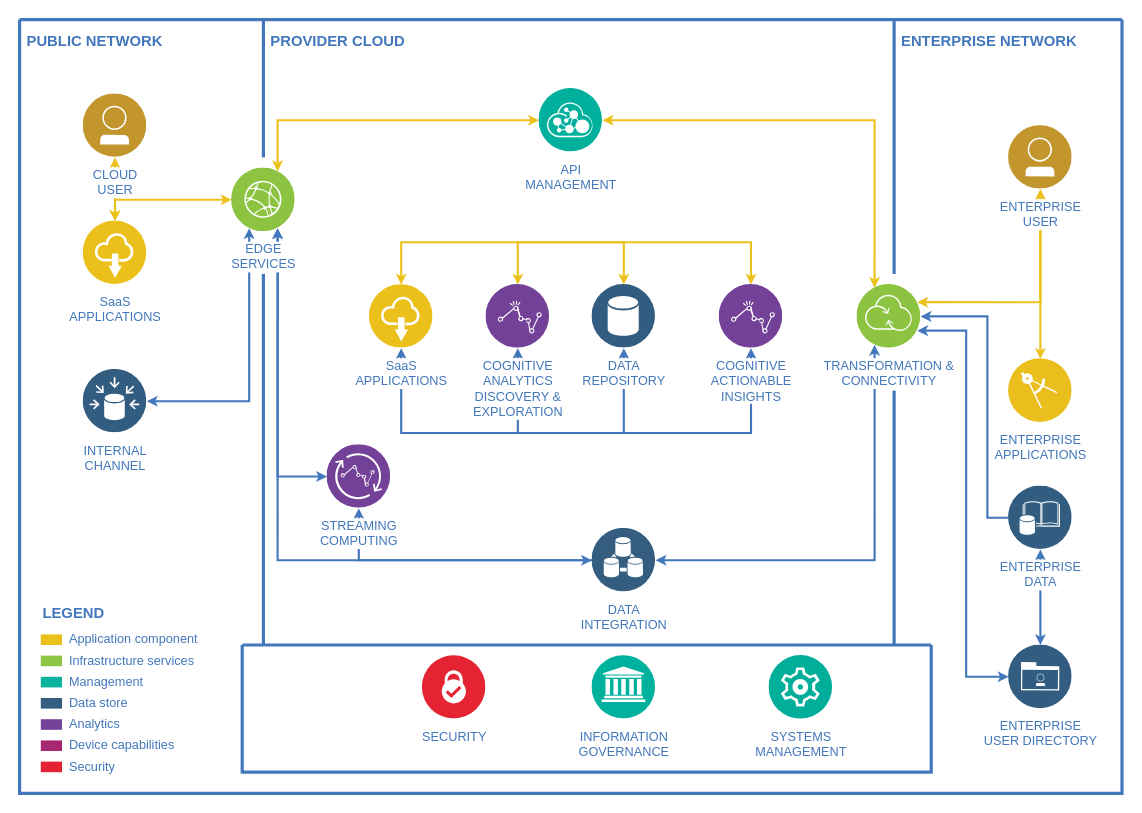
daseretto/datasciencecoursera keeps this draw.io diagram as page "Page-1" (1 of 2) of Diagramma senza titolo.drawio. Above is the earlier version. Source tidied: cells renumbered, new cells numbered last; positions are measured from the earlier drawing's top-left corner, leaving out a move shared by most shapes. Both pictures are drawn from the tidied source at 106%, with x=0, y=0 at pixel (19, 19).
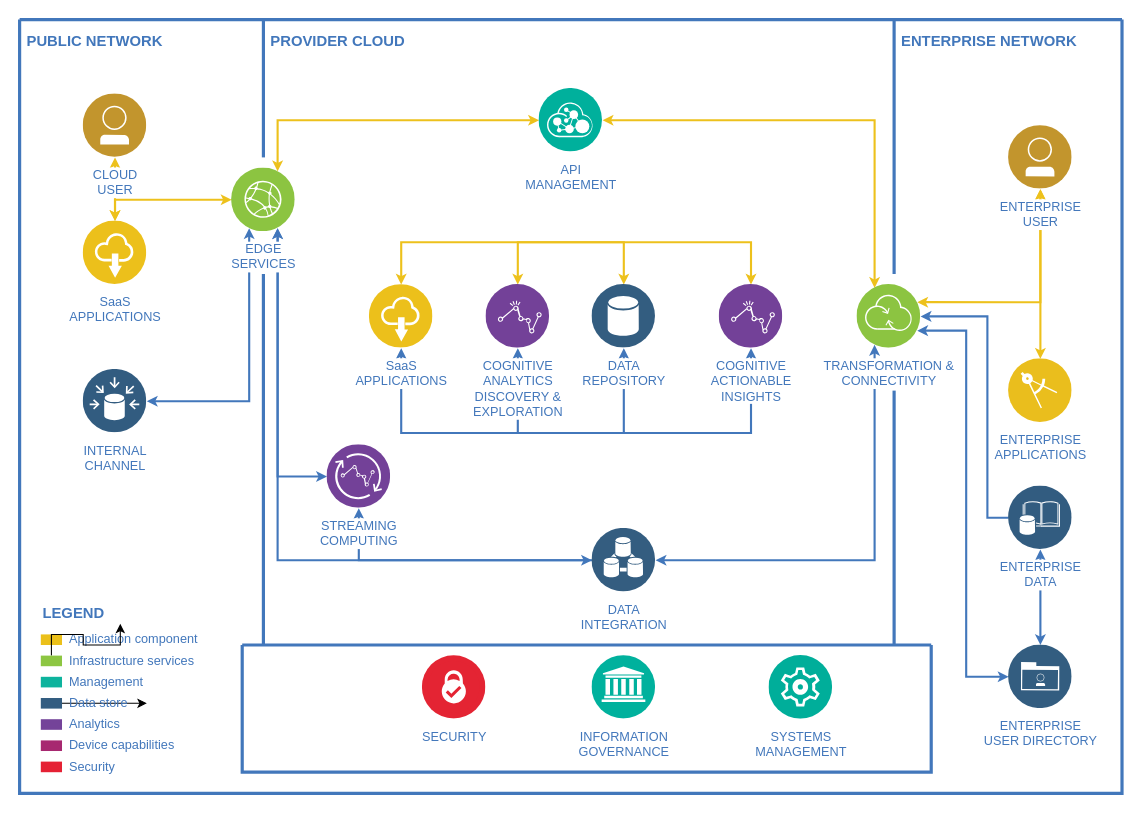
Above is the later version.

Unchanged cells that the change refers to:
```xml
<mxCell id="2" style="swimlane;shadow=0;strokeColor=#4277BB;fillColor=#ffffff;fontColor=none;align=right;startSize=0;noLabel=1;strokeWidth=3;" parent="1" vertex="1">
  <mxGeometry width="1040" height="730" as="geometry" />
</mxCell>
<mxCell id="49" value="Infrastructure services" style="rounded=0;html=1;shadow=0;labelBackgroundColor=none;strokeColor=none;strokeWidth=2;fillColor=#8DC642;gradientColor=none;fontSize=12;fontColor=#4277BB;align=left;labelPosition=right;verticalLabelPosition=middle;verticalAlign=middle;spacingLeft=5;" parent="2" vertex="1">
  <mxGeometry x="20" y="600" width="20" height="10" as="geometry" />
</mxCell>
<mxCell id="51" value="Data store" style="rounded=0;html=1;shadow=0;labelBackgroundColor=none;strokeColor=none;strokeWidth=2;fillColor=#335D81;gradientColor=none;fontSize=12;fontColor=#4277BB;align=left;labelPosition=right;verticalLabelPosition=middle;verticalAlign=middle;spacingLeft=5;" parent="2" vertex="1">
  <mxGeometry x="20" y="640" width="20" height="10" as="geometry" />
</mxCell>
<mxCell id="55" value="LEGEND" style="text;html=1;align=left;verticalAlign=middle;fontColor=#4277BB;shadow=0;dashed=0;strokeColor=none;fillColor=none;labelBackgroundColor=none;fontStyle=1;fontSize=14;spacingLeft=0;" parent="2" vertex="1">
  <mxGeometry x="20" y="550" width="150" height="20" as="geometry" />
</mxCell>
```

The edit, as a diff of the source:
```diff
@@
+    <mxCell id="56" style="edgeStyle=orthogonalEdgeStyle;rounded=0;jettySize=auto;html=1;" parent="2" edge="1" source="49" target="55">
+      <mxGeometry relative="1" as="geometry" />
+    </mxCell>
@@
+    <mxCell id="57" style="edgeStyle=orthogonalEdgeStyle;rounded=0;jettySize=auto;html=1;" parent="2" edge="1" source="51">
+      <mxGeometry relative="1" as="geometry">
+        <mxPoint x="120" y="645" as="targetPoint" />
+      </mxGeometry>
+    </mxCell>
```
